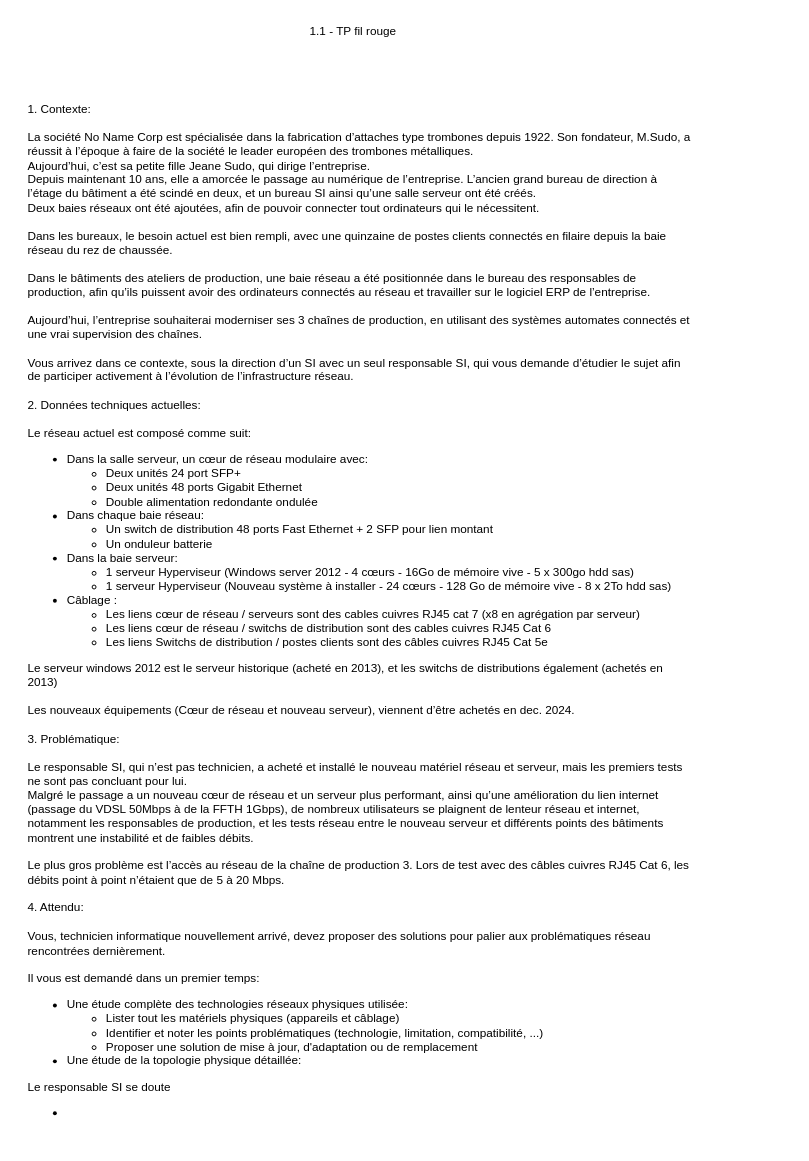
The draw.io diagram page "Sujet" (3 of 3) of 1-1-Materiel-physique/1.1-TP.drawio in No-Name-Academy/Networking-for-noobs, before the edit. Source tidied: cells renumbered, new cells numbered last; positions are measured from the earlier drawing's top-left corner, leaving out a move shared by most shapes. Both pictures are drawn from the tidied source at 98%, with x=0, y=0 at pixel (25, 17).
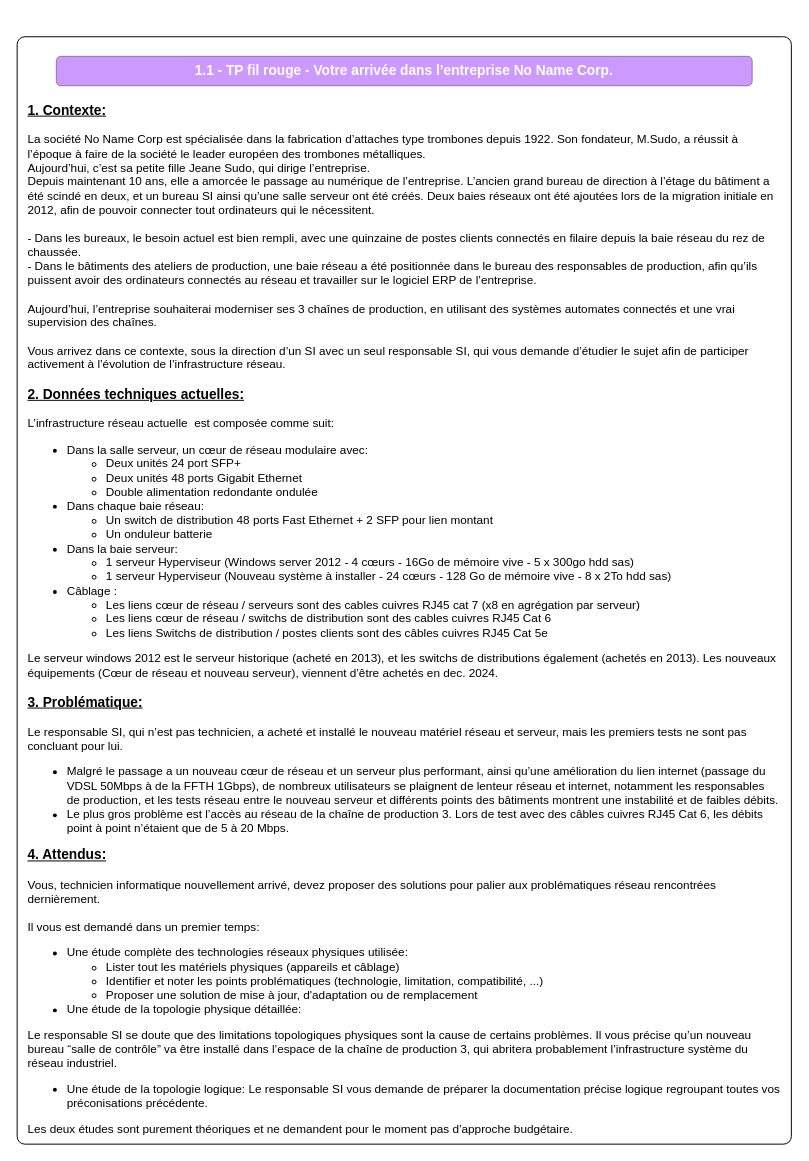
The same diagram, later.

Commit message (it also covers changes not shown here):
Mettre à jour 1.1-TP.drawio

What changed in the source:
```diff
@@
 <mxGraphModel>
   <root>
     <mxCell id="0" />
     <mxCell id="1" parent="0" />
-    <mxCell id="2" value="1.1 - TP fil rouge" style="text;html=1;align=center;verticalAlign=middle;whiteSpace=wrap;rounded=0;" parent="1" vertex="1">
-      <mxGeometry x="144" width="380" height="30" as="geometry" />
-    </mxCell>
+    <mxCell id="4" style="rounded=1;whiteSpace=wrap;html=1;arcSize=1;" parent="1" vertex="1">
+      <mxGeometry x="-9" y="20" width="790" height="1130" as="geometry" />
+    </mxCell>
-    <mxCell id="3" value="1. Contexte:&lt;div&gt;&lt;br&gt;&lt;/div&gt;&lt;div&gt;La société No Name Corp est spécialisée dans la fabrication d’attaches type trombones depuis 1922. Son fondateur, M.Sudo, a réussit à l’époque à faire de la société le leader européen des trombones métalliques.&lt;/div&gt;&lt;div&gt;Aujourd’hui, c’est sa petite fille Jeane Sudo, qui dirige l’entreprise.&lt;/div&gt;&lt;div&gt;Depuis maintenant 10 ans, elle a amorcée le passage au numérique de l’entreprise. L’ancien grand bureau de direction à l’étage du bâtiment a été scindé en deux, et un bureau SI ainsi qu’une salle serveur ont été créés.&lt;/div&gt;&lt;div&gt;Deux baies réseaux ont été ajoutées, afin de pouvoir connecter tout ordinateurs qui le nécessitent.&lt;/div&gt;&lt;div&gt;&lt;br&gt;&lt;/div&gt;&lt;div&gt;Dans les bureaux, le besoin actuel est bien rempli, avec une quinzaine de postes clients connectés en filaire depuis la baie réseau du rez de chaussée.&lt;/div&gt;&lt;div&gt;&lt;br&gt;&lt;/div&gt;&lt;div&gt;Dans le bâtiments des ateliers de production, une baie réseau a été positionnée dans le bureau des responsables de production, afin qu’ils puissent avoir des ordinateurs connectés au réseau et travailler sur le logiciel ERP de l’entreprise.&lt;/div&gt;&lt;div&gt;&lt;br&gt;&lt;/div&gt;&lt;div&gt;Aujourd’hui, l’entreprise souhaiterai moderniser ses 3 chaînes de production, en utilisant des systèmes automates connectés et une vrai supervision des chaînes.&lt;/div&gt;&lt;div&gt;&lt;br&gt;&lt;/div&gt;&lt;div&gt;Vous arrivez dans ce contexte, sous la direction d’un SI avec un seul responsable SI, qui vous demande d’étudier le sujet afin de participer activement à l’évolution de l’infrastructure réseau.&lt;/div&gt;&lt;div&gt;&lt;br&gt;&lt;/div&gt;&lt;div&gt;2. Données techniques actuelles:&lt;/div&gt;&lt;div&gt;&lt;br&gt;&lt;/div&gt;&lt;div&gt;Le réseau actuel est composé comme suit:&lt;/div&gt;&lt;div&gt;&lt;ul&gt;&lt;li&gt;Dans la salle serveur, un cœur de réseau modulaire avec:&lt;/li&gt;&lt;ul&gt;&lt;li&gt;Deux unités 24 port SFP+&lt;/li&gt;&lt;li&gt;Deux unités 48 ports Gigabit Ethernet&lt;/li&gt;&lt;li&gt;Double alimentation redondante ondulée&lt;/li&gt;&lt;/ul&gt;&lt;li&gt;Dans chaque baie réseau:&lt;/li&gt;&lt;ul&gt;&lt;li&gt;Un switch de distribution 48 ports Fast Ethernet + 2 SFP pour lien montant&lt;/li&gt;&lt;li&gt;Un onduleur batterie&lt;/li&gt;&lt;/ul&gt;&lt;li&gt;Dans la baie serveur:&lt;/li&gt;&lt;ul&gt;&lt;li&gt;1 serveur Hyperviseur (Windows server 2012 - 4 cœurs - 16Go de mémoire vive - 5 x 300go hdd sas)&lt;/li&gt;&lt;li&gt;1 serveur Hyperviseur (Nouveau système à installer - 24 cœurs - 128 Go de mémoire vive - 8 x 2To hdd sas)&lt;/li&gt;&lt;/ul&gt;&lt;li&gt;Câblage :&amp;nbsp;&lt;/li&gt;&lt;ul&gt;&lt;li&gt;Les liens cœur de réseau / serveurs sont des cables cuivres RJ45 cat 7 (x8 en agrégation par serveur)&lt;/li&gt;&lt;li&gt;Les liens cœur de réseau / switchs de distribution sont des cables cuivres RJ45 Cat 6&lt;/li&gt;&lt;li&gt;Les liens Switchs de distribution / postes clients sont des câbles cuivres RJ45 Cat 5e&lt;/li&gt;&lt;/ul&gt;&lt;/ul&gt;&lt;div&gt;Le serveur windows 2012 est le serveur historique (acheté en 2013), et les switchs de distributions également (achetés en 2013)&lt;/div&gt;&lt;/div&gt;&lt;div&gt;&lt;br&gt;&lt;/div&gt;&lt;div&gt;Les nouveaux équipements (Cœur de réseau et nouveau serveur), viennent d’être achetés en dec. 2024.&lt;/div&gt;&lt;div&gt;&lt;br&gt;&lt;/div&gt;&lt;div&gt;3. Problématique:&lt;/div&gt;&lt;div&gt;&lt;br&gt;&lt;/div&gt;&lt;div&gt;Le responsable SI, qui n’est pas technicien, a acheté et installé le nouveau matériel réseau et serveur, mais les premiers tests ne sont pas concluant pour lui.&lt;/div&gt;&lt;div&gt;Malgré le passage a un nouveau cœur de réseau et un serveur plus performant, ainsi qu’une amélioration du lien internet (passage du VDSL 50Mbps à de la FFTH 1Gbps), de nombreux utilisateurs se plaignent de lenteur réseau et internet, notamment les responsables de production, et les tests réseau entre le nouveau serveur et différents points des bâtiments montrent une instabilité et de faibles débits.&lt;/div&gt;&lt;div&gt;&lt;br&gt;&lt;/div&gt;&lt;div&gt;Le plus gros problème est l’accès au réseau de la chaîne de production 3. Lors de test avec des câbles cuivres RJ45 Cat 6, les débits point à point n’étaient que de 5 à 20 Mbps.&lt;/div&gt;&lt;div&gt;&lt;br&gt;&lt;/div&gt;&lt;div&gt;4. Attendu:&lt;/div&gt;&lt;div&gt;&lt;br&gt;&lt;/div&gt;&lt;div&gt;Vous, technicien informatique nouvellement arrivé, devez proposer des solutions pour palier aux problématiques réseau rencontrées dernièrement.&lt;/div&gt;&lt;div&gt;&lt;br&gt;&lt;/div&gt;&lt;div&gt;Il vous est demandé dans un premier temps:&lt;/div&gt;&lt;div&gt;&lt;ul&gt;&lt;li&gt;Une étude complète des technologies réseaux physiques utilisée:&lt;/li&gt;&lt;ul&gt;&lt;li&gt;Lister tout les matériels physiques (appareils et câblage)&lt;/li&gt;&lt;li&gt;Identifier et noter les points problématiques (technologie, limitation, compatibilité, ...)&lt;/li&gt;&lt;li&gt;Proposer une solution de mise à jour, d'adaptation ou de remplacement&lt;/li&gt;&lt;/ul&gt;&lt;li&gt;Une étude de la topologie physique détaillée:&lt;/li&gt;&lt;/ul&gt;&lt;div&gt;Le responsable SI se doute&amp;nbsp;&lt;/div&gt;&lt;ul&gt;&lt;li&gt;&lt;br&gt;&lt;/li&gt;&lt;/ul&gt;&lt;/div&gt;" style="text;html=1;align=left;verticalAlign=top;whiteSpace=wrap;rounded=0;" parent="1" vertex="1">
-      <mxGeometry y="80" width="680" height="950" as="geometry" />
+    <mxCell id="3" value="&lt;b&gt;&lt;u&gt;&lt;font style=&quot;font-size: 14px;&quot;&gt;1. Contexte:&lt;/font&gt;&lt;/u&gt;&lt;/b&gt;&lt;div&gt;&lt;br&gt;&lt;/div&gt;&lt;div&gt;La société No Name Corp est spécialisée dans la fabrication d’attaches type trombones depuis 1922. Son fondateur, M.Sudo, a réussit à l’époque à faire de la société le leader européen des trombones métalliques.&lt;/div&gt;&lt;div&gt;Aujourd’hui, c’est sa petite fille Jeane Sudo, qui dirige l’entreprise.&lt;/div&gt;&lt;div&gt;Depuis maintenant 10 ans, elle a amorcée le passage au numérique de l’entreprise. L’ancien grand bureau de direction à l’étage du bâtiment a été scindé en deux, et un bureau SI ainsi qu’une salle serveur ont été créés. Deux baies réseaux ont été ajoutées lors de la migration initiale en 2012, afin de pouvoir connecter tout ordinateurs qui le nécessitent.&lt;/div&gt;&lt;div&gt;&lt;br&gt;&lt;/div&gt;&lt;div&gt;- Dans les bureaux, le besoin actuel est bien rempli, avec une quinzaine de postes clients connectés en filaire depuis la baie réseau du rez de chaussée.&lt;/div&gt;&lt;div&gt;- Dans le bâtiments des ateliers de production, une baie réseau a été positionnée dans le bureau des responsables de production, afin qu’ils puissent avoir des ordinateurs connectés au réseau et travailler sur le logiciel ERP de l’entreprise.&lt;br&gt;&lt;/div&gt;&lt;div&gt;&lt;br&gt;&lt;/div&gt;&lt;div&gt;Aujourd’hui, l’entreprise souhaiterai moderniser ses 3 chaînes de production, en utilisant des systèmes automates connectés et une vrai supervision des chaînes.&lt;/div&gt;&lt;div&gt;&lt;br&gt;&lt;/div&gt;&lt;div&gt;Vous arrivez dans ce contexte, sous la direction d’un SI avec un seul responsable SI, qui vous demande d’étudier le sujet afin de participer activement à l’évolution de l’infrastructure réseau.&lt;/div&gt;&lt;div&gt;&lt;br&gt;&lt;/div&gt;&lt;div&gt;&lt;b&gt;&lt;u&gt;&lt;font style=&quot;font-size: 14px;&quot;&gt;2. Données techniques actuelles:&lt;/font&gt;&lt;/u&gt;&lt;/b&gt;&lt;/div&gt;&lt;div&gt;&lt;br&gt;&lt;/div&gt;&lt;div&gt;L’infrastructure réseau actuelle &amp;nbsp;est composée comme suit:&lt;/div&gt;&lt;div&gt;&lt;ul&gt;&lt;li&gt;Dans la salle serveur, un cœur de réseau modulaire avec:&lt;/li&gt;&lt;ul&gt;&lt;li&gt;Deux unités 24 port SFP+&lt;/li&gt;&lt;li&gt;Deux unités 48 ports Gigabit Ethernet&lt;/li&gt;&lt;li&gt;Double alimentation redondante ondulée&lt;/li&gt;&lt;/ul&gt;&lt;li&gt;Dans chaque baie réseau:&lt;/li&gt;&lt;ul&gt;&lt;li&gt;Un switch de distribution 48 ports Fast Ethernet + 2 SFP pour lien montant&lt;/li&gt;&lt;li&gt;Un onduleur batterie&lt;/li&gt;&lt;/ul&gt;&lt;li&gt;Dans la baie serveur:&lt;/li&gt;&lt;ul&gt;&lt;li&gt;1 serveur Hyperviseur (Windows server 2012 - 4 cœurs - 16Go de mémoire vive - 5 x 300go hdd sas)&lt;/li&gt;&lt;li&gt;1 serveur Hyperviseur (Nouveau système à installer - 24 cœurs - 128 Go de mémoire vive - 8 x 2To hdd sas)&lt;/li&gt;&lt;/ul&gt;&lt;li&gt;Câblage :&amp;nbsp;&lt;/li&gt;&lt;ul&gt;&lt;li&gt;Les liens cœur de réseau / serveurs sont des cables cuivres RJ45 cat 7 (x8 en agrégation par serveur)&lt;/li&gt;&lt;li&gt;Les liens cœur de réseau / switchs de distribution sont des cables cuivres RJ45 Cat 6&lt;/li&gt;&lt;li&gt;Les liens Switchs de distribution / postes clients sont des câbles cuivres RJ45 Cat 5e&lt;/li&gt;&lt;/ul&gt;&lt;/ul&gt;&lt;div&gt;Le serveur windows 2012 est le serveur historique (acheté en 2013), et les switchs de distributions également (achetés en 2013). Les nouveaux équipements (Cœur de réseau et nouveau serveur), viennent d’être achetés en dec. 2024.&lt;/div&gt;&lt;/div&gt;&lt;div&gt;&lt;br&gt;&lt;/div&gt;&lt;div&gt;&lt;b&gt;&lt;u&gt;&lt;font style=&quot;font-size: 14px;&quot;&gt;3. Problématique:&lt;/font&gt;&lt;/u&gt;&lt;/b&gt;&lt;/div&gt;&lt;div&gt;&lt;br&gt;&lt;/div&gt;&lt;div&gt;Le responsable SI, qui n’est pas technicien, a acheté et installé le nouveau matériel réseau et serveur, mais les premiers tests ne sont pas concluant pour lui.&lt;/div&gt;&lt;div&gt;&lt;ul&gt;&lt;li&gt;Malgré le passage a un nouveau cœur de réseau et un serveur plus performant, ainsi qu’une amélioration du lien internet (passage du VDSL 50Mbps à de la FFTH 1Gbps), de nombreux utilisateurs se plaignent de lenteur réseau et internet, notamment les responsables de production, et les tests réseau entre le nouveau serveur et différents points des bâtiments montrent une instabilité et de faibles débits.&lt;br&gt;&lt;/li&gt;&lt;li&gt;Le plus gros problème est l’accès au réseau de la chaîne de production 3. Lors de test avec des câbles cuivres RJ45 Cat 6, les débits point à point n’étaient que de 5 à 20 Mbps.&lt;/li&gt;&lt;/ul&gt;&lt;/div&gt;&lt;div&gt;&lt;b&gt;&lt;u&gt;&lt;font style=&quot;font-size: 14px;&quot;&gt;4. Attendus:&lt;/font&gt;&lt;/u&gt;&lt;/b&gt;&lt;/div&gt;&lt;div&gt;&lt;br&gt;&lt;/div&gt;&lt;div&gt;Vous, technicien informatique nouvellement arrivé, devez proposer des solutions pour palier aux problématiques réseau rencontrées dernièrement.&lt;/div&gt;&lt;div&gt;&lt;br&gt;&lt;/div&gt;&lt;div&gt;Il vous est demandé dans un premier temps:&lt;/div&gt;&lt;div&gt;&lt;ul&gt;&lt;li&gt;Une étude complète des technologies réseaux physiques utilisée:&lt;/li&gt;&lt;ul&gt;&lt;li&gt;Lister tout les matériels physiques (appareils et câblage)&lt;/li&gt;&lt;li&gt;Identifier et noter les points problématiques (technologie, limitation, compatibilité, ...)&lt;/li&gt;&lt;li&gt;Proposer une solution de mise à jour, d'adaptation ou de remplacement&lt;/li&gt;&lt;/ul&gt;&lt;li&gt;Une étude de la topologie physique détaillée:&lt;/li&gt;&lt;/ul&gt;&lt;div&gt;Le responsable SI se doute que des limitations topologiques physiques sont la cause de certains problèmes. Il vous précise qu’un nouveau bureau “salle de contrôle” va être installé dans l’espace de la chaîne de production 3, qui abritera probablement l’infrastructure système du réseau industriel.&lt;/div&gt;&lt;/div&gt;&lt;div&gt;&lt;ul&gt;&lt;li&gt;Une étude de la topologie logique: Le responsable SI vous demande de préparer la documentation précise logique regroupant toutes vos préconisations précédente.&lt;/li&gt;&lt;/ul&gt;&lt;/div&gt;&lt;div&gt;Les deux études sont purement théoriques et ne demandent pour le moment pas d’approche budgétaire.&amp;nbsp;&lt;/div&gt;" style="text;html=1;align=left;verticalAlign=top;whiteSpace=wrap;rounded=0;" parent="1" vertex="1">
+      <mxGeometry y="80" width="770" height="1070" as="geometry" />
     </mxCell>
+    <mxCell id="5" value="1.1 - TP fil rouge - Votre arrivée dans l’entreprise No Name Corp." style="rounded=1;whiteSpace=wrap;html=1;fillColor=#CC99FF;strokeColor=#9673a6;fontColor=#FFFFFF;fontSize=14;fontStyle=1;" parent="1" vertex="1">
+      <mxGeometry x="31" y="40" width="710" height="30" as="geometry" />
+    </mxCell>
   </root>
 </mxGraphModel>
```
